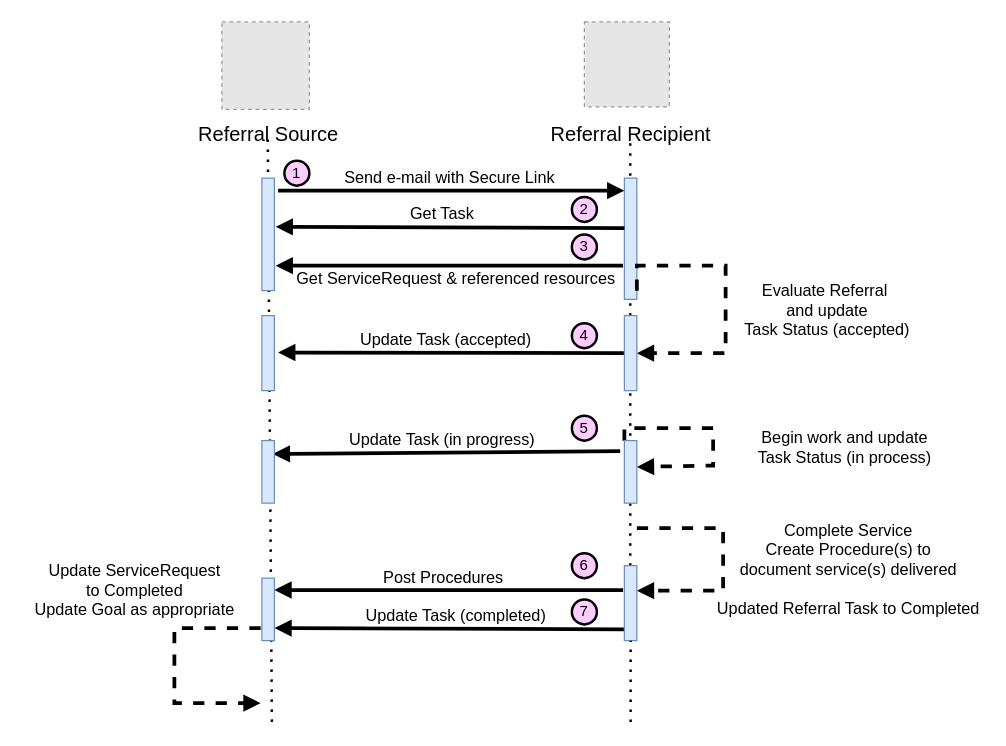
HL7/fhir-sdoh-clinicalcare keeps this draw.io diagram as Images Source/DetailedDirectReferralLight.drawio. Above is the earlier version. Source tidied: cells renumbered, new cells numbered last; positions are measured from the earlier drawing's top-left corner, leaving out a move shared by most shapes. Both pictures are drawn from the tidied source at 125%, with x=0, y=0 at pixel (21, 21). Pictures stored in the file or linked from it are replaced by grey dashed boxes.
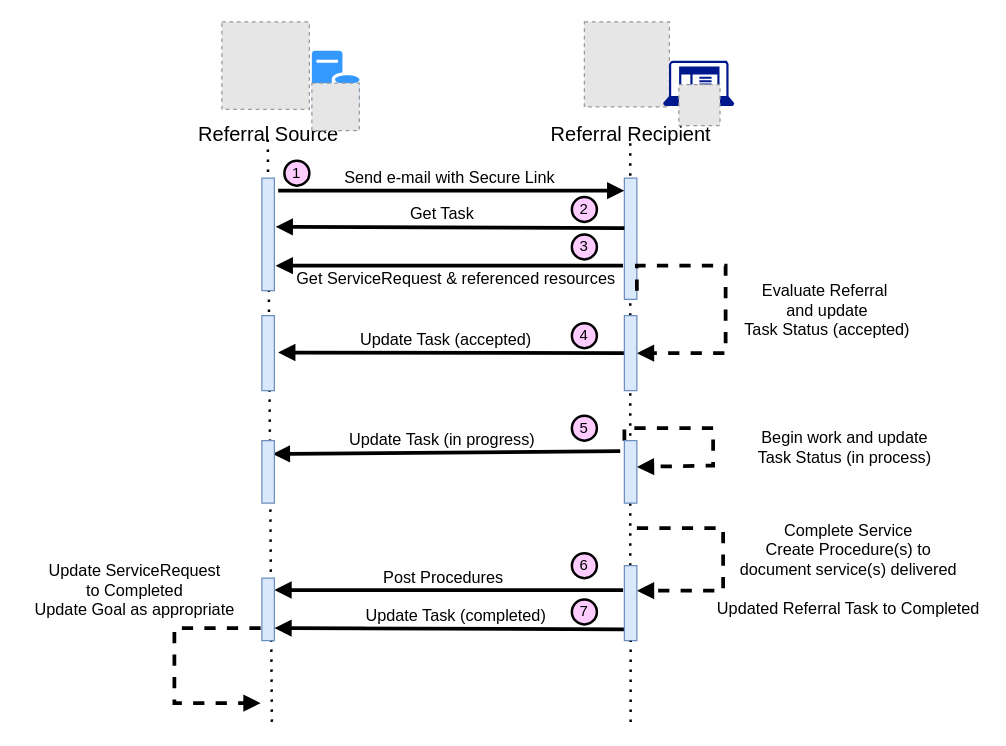
After the change.

Diff of the diagram source:
```diff
@@
+    <mxCell id="41" style="group;" parent="1" vertex="1">
+      <mxGeometry x="232" y="23" width="38" height="64" as="geometry" />
+    </mxCell>
+    <mxCell id="42" style="sketch=0;shadow=0;dashed=0;html=1;strokeColor=none;labelPosition=center;verticalLabelPosition=bottom;verticalAlign=top;align=center;fillColor=#3399FF;shape=mxgraph.mscae.enterprise.database_server;fontSize=12;fontColor=#990000;" parent="41" vertex="1">
+      <mxGeometry width="38" height="50" as="geometry" />
+    </mxCell>
+    <mxCell id="43" style="fillColor=#E6E6E6;strokeColor=#999999;dashed=1;verticalLabelPosition=bottom;verticalAlign=top;fontSize=13;fontColor=#000066;" parent="41" vertex="1">
+      <mxGeometry y="26" width="38" height="38" as="geometry" />
+    </mxCell>
+    <mxCell id="44" style="group;" parent="1" vertex="1">
+      <mxGeometry x="513" y="31" width="60" height="52" as="geometry" />
+    </mxCell>
+    <mxCell id="45" style="sketch=0;shadow=0;dashed=0;html=1;strokeColor=none;labelPosition=center;verticalLabelPosition=bottom;verticalAlign=top;align=center;fillColor=#00188D;shape=mxgraph.mscae.enterprise.client_application;" parent="44" vertex="1">
+      <mxGeometry width="56.9" height="36.4" as="geometry" />
+    </mxCell>
+    <mxCell id="46" style="fillColor=#E6E6E6;strokeColor=#999999;dashed=1;verticalLabelPosition=bottom;verticalAlign=top;fontSize=13;fontColor=#000066;" parent="44" vertex="1">
+      <mxGeometry x="12.6" y="19.1" width="32.9" height="32.9" as="geometry" />
+    </mxCell>
```
